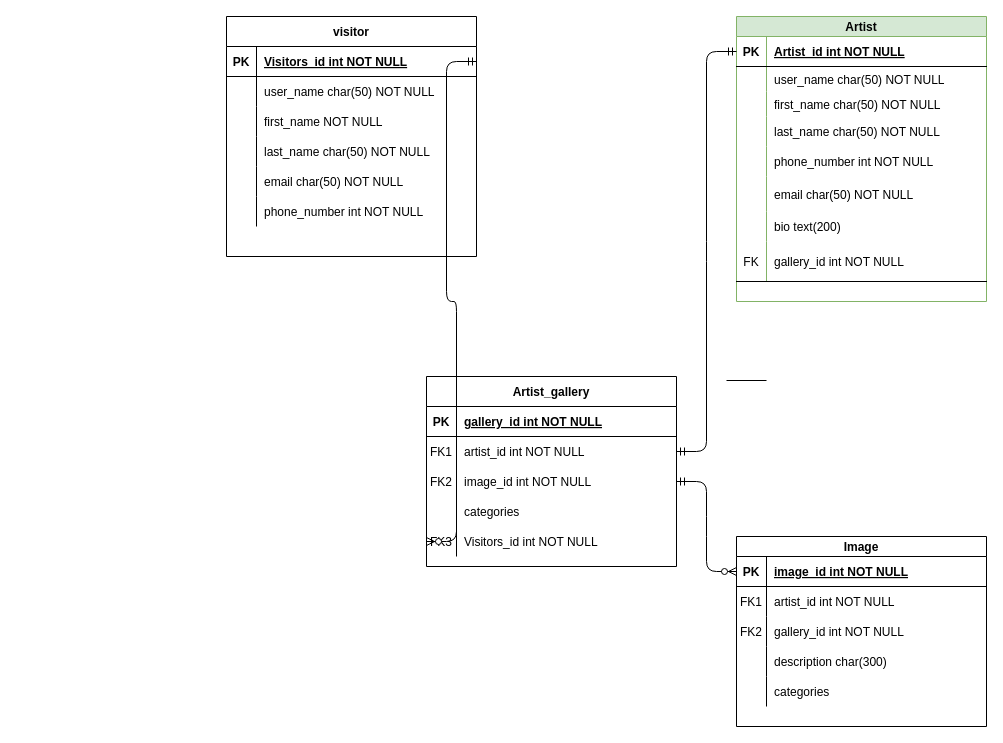
This is Untitled Diagram.drawio from VirtualGallery/Entity-Relationship-Model, a draw.io file, before an edit. Source tidied: cells renumbered, new cells numbered last; positions are measured from the earlier drawing's top-left corner, leaving out a move shared by most shapes. Both pictures are drawn from the tidied source at 100%, with x=0, y=0 at pixel (226, 16).
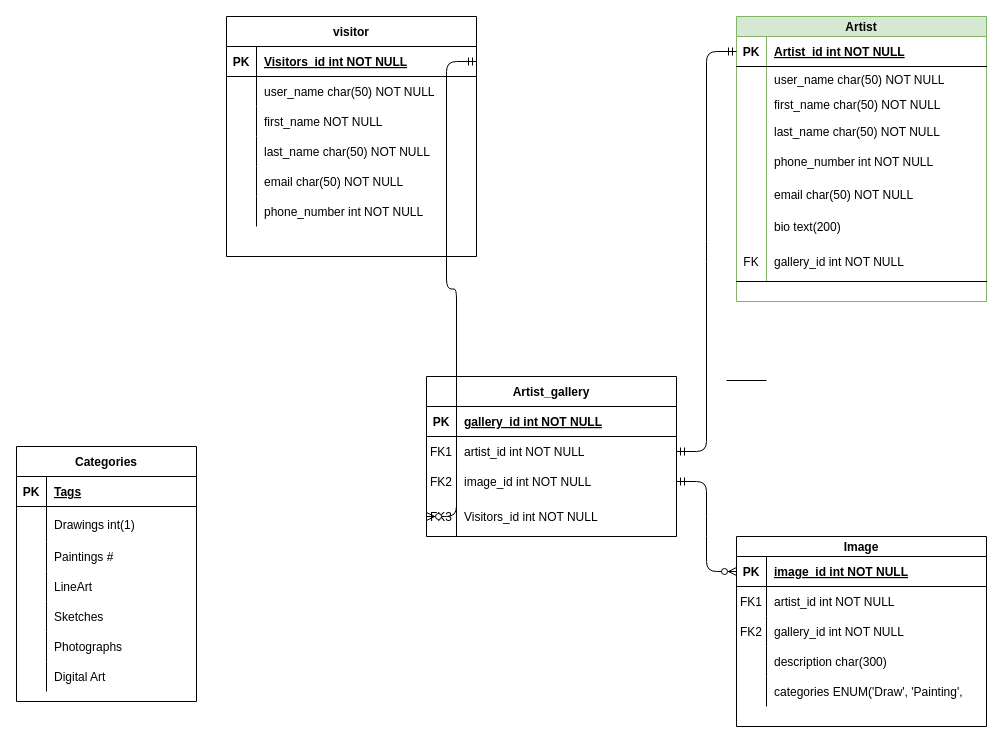
The same diagram, later.

Unchanged cells that the change refers to:
```xml
<mxCell id="78" style="shape=partialRectangle;fillColor=none;top=0;left=0;right=0;bottom=0;" parent="65" vertex="1">
  <mxGeometry y="140" width="250" height="30" as="geometry" />
</mxCell>
```

Diff of the diagram source:
```diff
@@
     <mxCell id="30" value="Artist_gallery" style="shape=table;startSize=30;childLayout=tableLayout;rowLines=0;fontStyle=1;align=center;" parent="1" vertex="1">
-      <mxGeometry x="200" y="360" width="250" height="190" as="geometry" />
+      <mxGeometry x="200" y="360" width="250" height="160" as="geometry" />
     </mxCell>
@@
-    <mxCell id="40" style="shape=partialRectangle;fillColor=none;top=0;left=0;right=0;bottom=0;" parent="30" vertex="1">
-      <mxGeometry y="120" width="250" height="30" as="geometry" />
-    </mxCell>
-    <mxCell id="41" style="shape=partialRectangle;overflow=hidden;fillColor=none;top=0;left=0;bottom=0;right=0;" parent="40" vertex="1">
-      <mxGeometry width="30" height="30" as="geometry" />
-    </mxCell>
-    <mxCell id="42" value="categories" style="shape=partialRectangle;overflow=hidden;fillColor=none;top=0;left=0;bottom=0;right=0;align=left;spacingLeft=6;" parent="40" vertex="1">
-      <mxGeometry x="30" width="220" height="30" as="geometry" />
-    </mxCell>
     <mxCell id="43" style="shape=partialRectangle;fillColor=none;points=[[0,0.5],[1,0.5]];portConstraint=eastwest;top=0;left=0;right=0;bottom=0;" parent="30" vertex="1">
-      <mxGeometry y="150" width="250" height="30" as="geometry" />
+      <mxGeometry y="120" width="250" height="40" as="geometry" />
     </mxCell>
     <mxCell id="44" value="FK3" style="shape=partialRectangle;overflow=hidden;fillColor=none;top=0;left=0;bottom=0;right=0;" parent="43" vertex="1">
-      <mxGeometry width="30" height="30" as="geometry" />
+      <mxGeometry width="30" height="40" as="geometry" />
     </mxCell>
     <mxCell id="45" value="Visitors_id int NOT NULL" style="shape=partialRectangle;overflow=hidden;fillColor=none;top=0;left=0;bottom=0;right=0;align=left;spacingLeft=6;" parent="43" vertex="1">
-      <mxGeometry x="30" width="220" height="30" as="geometry" />
+      <mxGeometry x="30" width="220" height="40" as="geometry" />
     </mxCell>
@@
-    <mxCell id="80" value="categories" style="shape=partialRectangle;overflow=hidden;fillColor=none;top=0;left=0;bottom=0;right=0;align=left;spacingLeft=6;" parent="78" vertex="1">
+    <mxCell id="80" value="categories ENUM('Draw', 'Painting'," style="shape=partialRectangle;overflow=hidden;fillColor=none;top=0;left=0;bottom=0;right=0;align=left;spacingLeft=6;" parent="78" vertex="1">
       <mxGeometry x="30" width="220" height="30" as="geometry" />
     </mxCell>
@@
+    <mxCell id="83" value="Categories" style="shape=table;startSize=30;childLayout=tableLayout;rowLines=0;fontStyle=1;align=center;fontColor=#000000;" parent="1" vertex="1">
+      <mxGeometry x="-210" y="430" width="180" height="255" as="geometry" />
+    </mxCell>
+    <mxCell id="84" style="shape=partialRectangle;fillColor=none;top=0;left=0;bottom=1;right=0;" parent="83" vertex="1">
+      <mxGeometry y="30" width="180" height="30" as="geometry" />
+    </mxCell>
+    <mxCell id="85" value="PK" style="shape=partialRectangle;fillColor=none;top=0;left=0;bottom=0;right=0;fontStyle=1;overflow=hidden;" parent="84" vertex="1">
+      <mxGeometry width="30" height="30" as="geometry" />
+    </mxCell>
+    <mxCell id="86" value="Tags" style="shape=partialRectangle;fillColor=none;top=0;left=0;bottom=0;right=0;align=left;spacingLeft=6;fontStyle=5;overflow=hidden;" parent="84" vertex="1">
+      <mxGeometry x="30" width="150" height="30" as="geometry" />
+    </mxCell>
+    <mxCell id="87" style="shape=partialRectangle;fillColor=none;top=0;left=0;bottom=0;right=0;" parent="83" vertex="1">
+      <mxGeometry y="60" width="180" height="35" as="geometry" />
+    </mxCell>
+    <mxCell id="88" style="shape=partialRectangle;fillColor=none;top=0;left=0;bottom=0;right=0;overflow=hidden;" parent="87" vertex="1">
+      <mxGeometry width="30" height="35" as="geometry" />
+    </mxCell>
+    <mxCell id="89" value="Drawings int(1) " style="shape=partialRectangle;fillColor=none;top=0;left=0;bottom=0;right=0;align=left;spacingLeft=6;overflow=hidden;" parent="87" vertex="1">
+      <mxGeometry x="30" width="150" height="35" as="geometry" />
+    </mxCell>
+    <mxCell id="90" style="shape=partialRectangle;fillColor=none;top=0;left=0;bottom=0;right=0;" parent="83" vertex="1">
+      <mxGeometry y="95" width="180" height="30" as="geometry" />
+    </mxCell>
+    <mxCell id="91" style="shape=partialRectangle;fillColor=none;top=0;left=0;bottom=0;right=0;overflow=hidden;" parent="90" vertex="1">
+      <mxGeometry width="30" height="30" as="geometry" />
+    </mxCell>
+    <mxCell id="92" value="Paintings #" style="shape=partialRectangle;fillColor=none;top=0;left=0;bottom=0;right=0;align=left;spacingLeft=6;overflow=hidden;" parent="90" vertex="1">
+      <mxGeometry x="30" width="150" height="30" as="geometry" />
+    </mxCell>
+    <mxCell id="93" style="shape=partialRectangle;fillColor=none;top=0;left=0;bottom=0;right=0;" parent="83" vertex="1">
+      <mxGeometry y="125" width="180" height="30" as="geometry" />
+    </mxCell>
+    <mxCell id="94" style="shape=partialRectangle;fillColor=none;top=0;left=0;bottom=0;right=0;overflow=hidden;" parent="93" vertex="1">
+      <mxGeometry width="30" height="30" as="geometry" />
+    </mxCell>
+    <mxCell id="95" value="LineArt" style="shape=partialRectangle;fillColor=none;top=0;left=0;bottom=0;right=0;align=left;spacingLeft=6;overflow=hidden;" parent="93" vertex="1">
+      <mxGeometry x="30" width="150" height="30" as="geometry" />
+    </mxCell>
+    <mxCell id="96" style="shape=partialRectangle;fillColor=none;top=0;left=0;bottom=0;right=0;" parent="83" vertex="1">
+      <mxGeometry y="155" width="180" height="30" as="geometry" />
+    </mxCell>
+    <mxCell id="97" style="shape=partialRectangle;fillColor=none;top=0;left=0;bottom=0;right=0;overflow=hidden;" parent="96" vertex="1">
+      <mxGeometry width="30" height="30" as="geometry" />
+    </mxCell>
+    <mxCell id="98" value="Sketches" style="shape=partialRectangle;fillColor=none;top=0;left=0;bottom=0;right=0;align=left;spacingLeft=6;overflow=hidden;" parent="96" vertex="1">
+      <mxGeometry x="30" width="150" height="30" as="geometry" />
+    </mxCell>
+    <mxCell id="99" style="shape=partialRectangle;fillColor=none;top=0;left=0;bottom=0;right=0;" parent="83" vertex="1">
+      <mxGeometry y="185" width="180" height="30" as="geometry" />
+    </mxCell>
+    <mxCell id="100" style="shape=partialRectangle;fillColor=none;top=0;left=0;bottom=0;right=0;overflow=hidden;" parent="99" vertex="1">
+      <mxGeometry width="30" height="30" as="geometry" />
+    </mxCell>
+    <mxCell id="101" value="Photographs" style="shape=partialRectangle;fillColor=none;top=0;left=0;bottom=0;right=0;align=left;spacingLeft=6;overflow=hidden;" parent="99" vertex="1">
+      <mxGeometry x="30" width="150" height="30" as="geometry" />
+    </mxCell>
+    <mxCell id="102" style="shape=partialRectangle;fillColor=none;top=0;left=0;bottom=0;right=0;" parent="83" vertex="1">
+      <mxGeometry y="215" width="180" height="30" as="geometry" />
+    </mxCell>
+    <mxCell id="103" style="shape=partialRectangle;fillColor=none;top=0;left=0;bottom=0;right=0;overflow=hidden;" parent="102" vertex="1">
+      <mxGeometry width="30" height="30" as="geometry" />
+    </mxCell>
+    <mxCell id="104" value="Digital Art" style="shape=partialRectangle;fillColor=none;top=0;left=0;bottom=0;right=0;align=left;spacingLeft=6;overflow=hidden;" parent="102" vertex="1">
+      <mxGeometry x="30" width="150" height="30" as="geometry" />
+    </mxCell>
```
